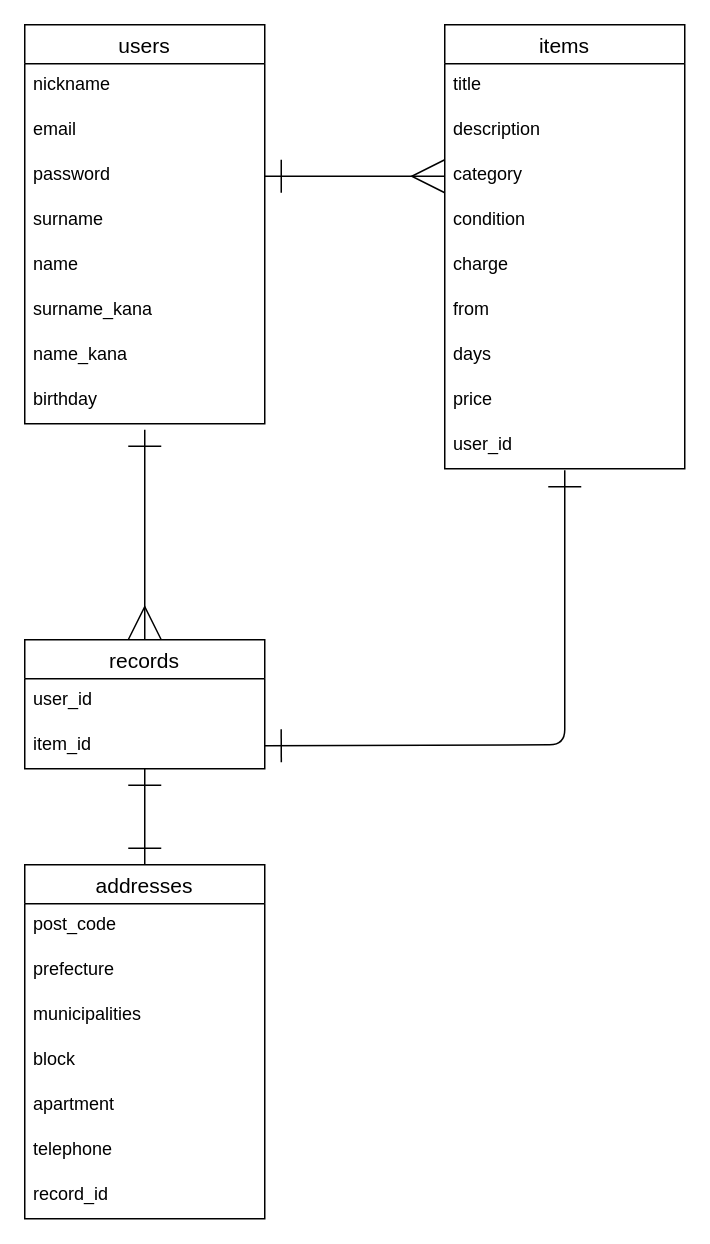
ruu2023/furima-39514 keeps this draw.io diagram as database.dio. Above is the earlier version. Source tidied: cells renumbered, new cells numbered last; positions are measured from the earlier drawing's top-left corner, leaving out a move shared by most shapes. Both pictures are drawn from the tidied source at 150%, with x=0, y=0 at pixel (24, 24).
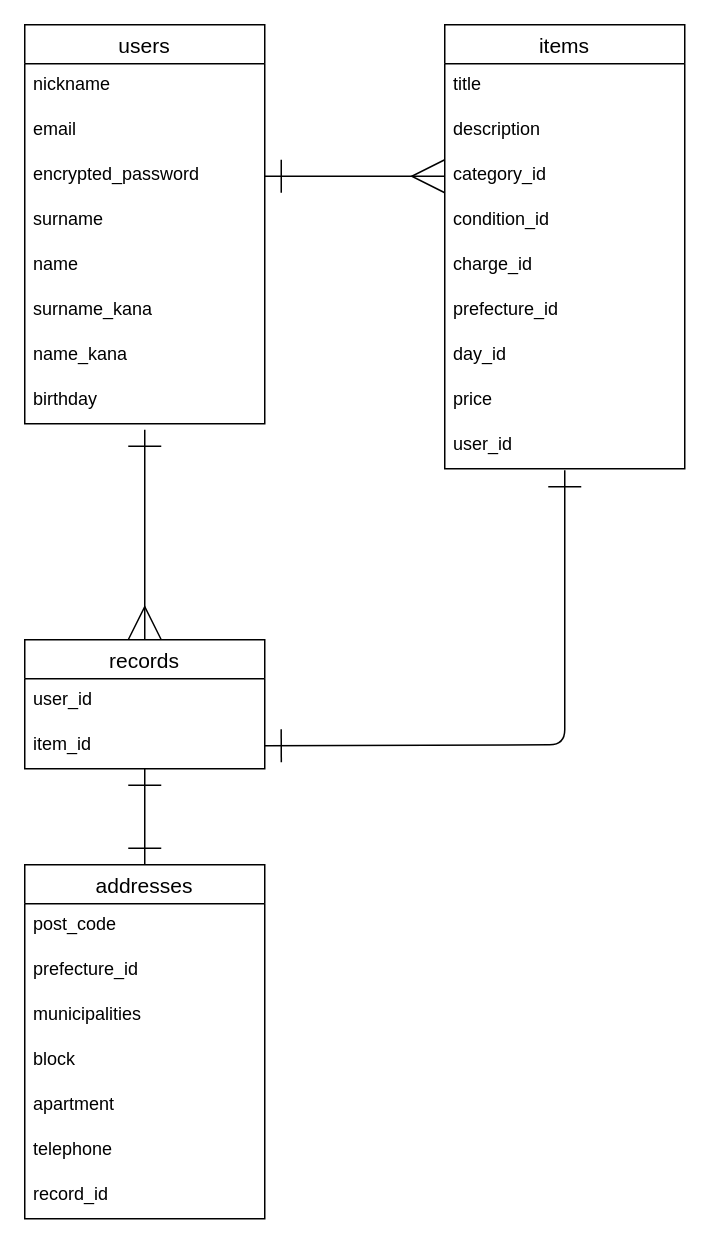
Above is the later version.

Unchanged cells that the change refers to:
```xml
<mxCell id="2" value="users" style="swimlane;fontStyle=0;horizontal=1;startSize=26;align=center;fontSize=14;" parent="1" vertex="1">
  <mxGeometry width="160" height="266" as="geometry" />
</mxCell>
<mxCell id="11" value="items" style="swimlane;fontStyle=0;horizontal=1;startSize=26;align=center;fontSize=14;" parent="1" vertex="1">
  <mxGeometry x="280" width="160" height="296" as="geometry" />
</mxCell>
<mxCell id="26" value="addresses" style="swimlane;fontStyle=0;horizontal=1;startSize=26;align=center;fontSize=14;" parent="1" vertex="1">
  <mxGeometry y="560" width="160" height="236" as="geometry" />
</mxCell>
```

The edit, as a diff of the source:
```diff
@@
-    <mxCell id="5" value="password" style="text;strokeColor=none;fillColor=none;spacingLeft=4;spacingRight=4;overflow=hidden;points=[[0,0.5],[1,0.5]];portConstraint=eastwest;fontSize=12;" parent="2" vertex="1">
+    <mxCell id="5" value="encrypted_password" style="text;strokeColor=none;fillColor=none;spacingLeft=4;spacingRight=4;overflow=hidden;points=[[0,0.5],[1,0.5]];portConstraint=eastwest;fontSize=12;" parent="2" vertex="1">
       <mxGeometry y="86" width="160" height="30" as="geometry" />
     </mxCell>
@@
-    <mxCell id="14" value="category" style="text;strokeColor=none;fillColor=none;spacingLeft=4;spacingRight=4;overflow=hidden;points=[[0,0.5],[1,0.5]];portConstraint=eastwest;fontSize=12;" parent="11" vertex="1">
+    <mxCell id="14" value="category_id" style="text;strokeColor=none;fillColor=none;spacingLeft=4;spacingRight=4;overflow=hidden;points=[[0,0.5],[1,0.5]];portConstraint=eastwest;fontSize=12;" parent="11" vertex="1">
       <mxGeometry y="86" width="160" height="30" as="geometry" />
     </mxCell>
-    <mxCell id="15" value="condition" style="text;strokeColor=none;fillColor=none;spacingLeft=4;spacingRight=4;overflow=hidden;fontSize=12;" parent="11" vertex="1">
+    <mxCell id="15" value="condition_id" style="text;strokeColor=none;fillColor=none;spacingLeft=4;spacingRight=4;overflow=hidden;fontSize=12;" parent="11" vertex="1">
       <mxGeometry y="116" width="160" height="30" as="geometry" />
     </mxCell>
-    <mxCell id="16" value="charge" style="text;strokeColor=none;fillColor=none;spacingLeft=4;spacingRight=4;overflow=hidden;fontSize=12;" parent="11" vertex="1">
+    <mxCell id="16" value="charge_id" style="text;strokeColor=none;fillColor=none;spacingLeft=4;spacingRight=4;overflow=hidden;fontSize=12;" parent="11" vertex="1">
       <mxGeometry y="146" width="160" height="30" as="geometry" />
     </mxCell>
-    <mxCell id="17" value="from" style="text;strokeColor=none;fillColor=none;spacingLeft=4;spacingRight=4;overflow=hidden;fontSize=12;" parent="11" vertex="1">
+    <mxCell id="17" value="prefecture_id" style="text;strokeColor=none;fillColor=none;spacingLeft=4;spacingRight=4;overflow=hidden;fontSize=12;" parent="11" vertex="1">
       <mxGeometry y="176" width="160" height="30" as="geometry" />
     </mxCell>
-    <mxCell id="18" value="days" style="text;strokeColor=none;fillColor=none;spacingLeft=4;spacingRight=4;overflow=hidden;fontSize=12;" parent="11" vertex="1">
+    <mxCell id="18" value="day_id" style="text;strokeColor=none;fillColor=none;spacingLeft=4;spacingRight=4;overflow=hidden;fontSize=12;" parent="11" vertex="1">
       <mxGeometry y="206" width="160" height="30" as="geometry" />
     </mxCell>
@@
-    <mxCell id="28" value="prefecture" style="text;strokeColor=none;fillColor=none;spacingLeft=4;spacingRight=4;overflow=hidden;fontSize=12;" parent="26" vertex="1">
+    <mxCell id="28" value="prefecture_id" style="text;strokeColor=none;fillColor=none;spacingLeft=4;spacingRight=4;overflow=hidden;fontSize=12;" parent="26" vertex="1">
       <mxGeometry y="56" width="160" height="30" as="geometry" />
     </mxCell>
```
